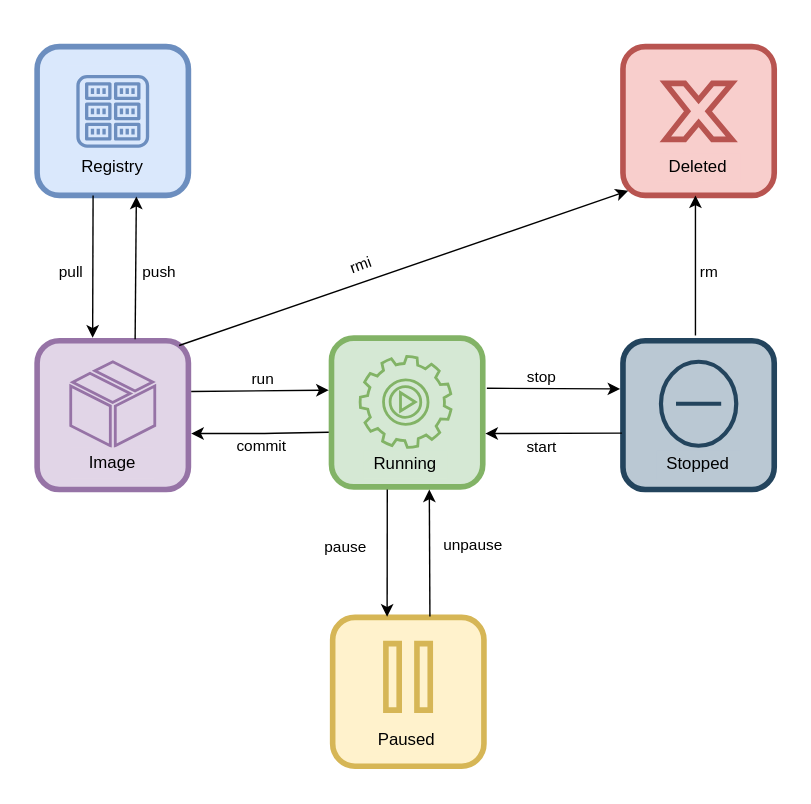
Earlier version of the draw.io export content/openshift/container-lifecycle/container_lifecycle.drawio.svg (bovem/bovem.github.io). Source tidied: cells renumbered, new cells last; positions are measured from the earlier drawing's top-left corner, leaving out a move shared by most shapes.
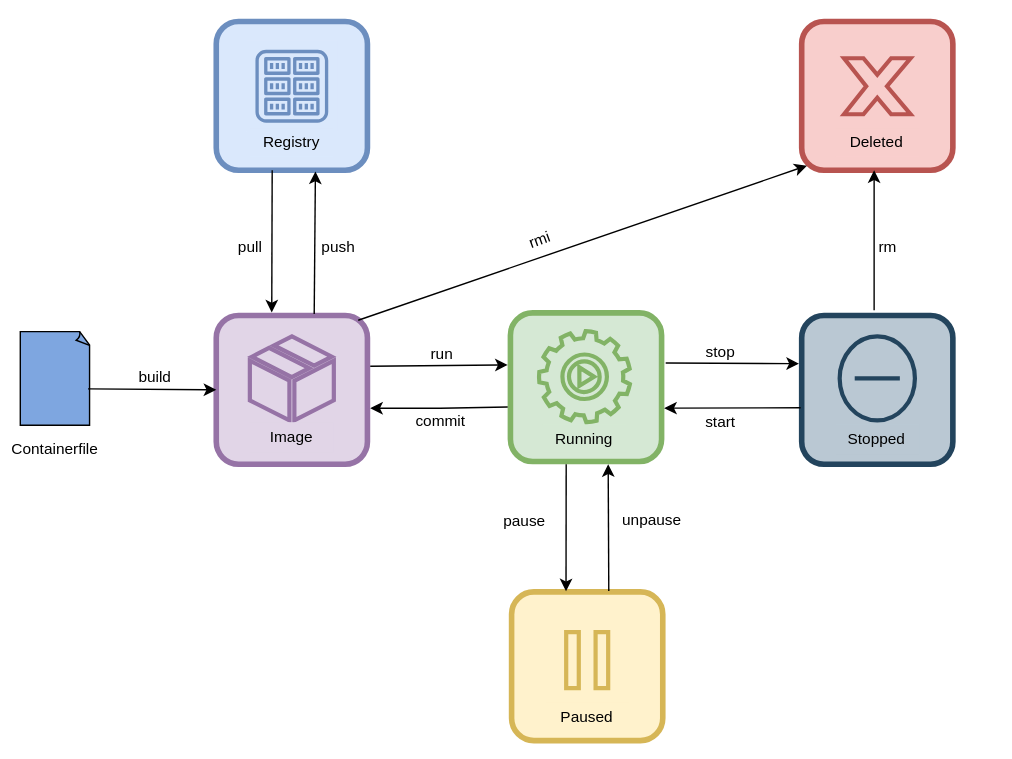
The same diagram one commit later.

Commit message:
Added container lifecycle article

What changed in the source:
```diff
@@ -2,78 +2,78 @@
   <root>
     <mxCell id="0" />
     <mxCell id="1" parent="0" />
-    <mxCell id="2" style="rounded=1;whiteSpace=wrap;html=1;strokeColor=#FFFFFF;strokeWidth=2;fontSize=11;fontColor=#000000;fillColor=#FFFFFF;" parent="1" vertex="1">
-      <mxGeometry x="-0.4" y="-0.1" width="576.8" height="571.2" as="geometry" />
+    <mxCell id="2" style="rounded=1;whiteSpace=wrap;html=1;strokeColor=#FFFFFF;strokeWidth=2;fontSize=11;fontColor=#000000;fillColor=#FFFFFF;fontFamily=Helvetica;" parent="1" vertex="1">
+      <mxGeometry x="-129" y="18" width="720" height="540" as="geometry" />
     </mxCell>
-    <mxCell id="3" style="rounded=1;whiteSpace=wrap;html=1;strokeColor=#d6b656;strokeWidth=4;fillColor=#fff2cc;" parent="1" vertex="1">
+    <mxCell id="3" style="rounded=1;whiteSpace=wrap;html=1;strokeColor=#d6b656;strokeWidth=4;fillColor=#fff2cc;fontFamily=Helvetica;fontSize=11;" parent="1" vertex="1">
       <mxGeometry x="236" y="439.2" width="108" height="106.2" as="geometry" />
     </mxCell>
-    <mxCell id="4" style="rounded=1;whiteSpace=wrap;html=1;strokeColor=#6c8ebf;strokeWidth=4;fillColor=#dae8fc;" parent="1" vertex="1">
+    <mxCell id="4" style="rounded=1;whiteSpace=wrap;html=1;strokeColor=#6c8ebf;strokeWidth=4;fillColor=#dae8fc;fontFamily=Helvetica;fontSize=11;" parent="1" vertex="1">
       <mxGeometry x="25" y="31.8" width="108" height="106.2" as="geometry" />
     </mxCell>
-    <mxCell id="5" style="rounded=1;whiteSpace=wrap;html=1;strokeColor=#9673a6;strokeWidth=4;fillColor=#e1d5e7;" parent="1" vertex="1">
+    <mxCell id="5" style="rounded=1;whiteSpace=wrap;html=1;strokeColor=#9673a6;strokeWidth=4;fillColor=#e1d5e7;fontFamily=Helvetica;fontSize=11;" parent="1" vertex="1">
       <mxGeometry x="25" y="241.8" width="108" height="106.2" as="geometry" />
     </mxCell>
-    <mxCell id="6" style="rounded=1;whiteSpace=wrap;html=1;strokeColor=#b85450;strokeWidth=4;fillColor=#f8cecc;" parent="1" vertex="1">
+    <mxCell id="6" style="rounded=1;whiteSpace=wrap;html=1;strokeColor=#b85450;strokeWidth=4;fillColor=#f8cecc;fontFamily=Helvetica;fontSize=11;" parent="1" vertex="1">
       <mxGeometry x="443.2" y="31.8" width="108" height="106.2" as="geometry" />
     </mxCell>
-    <mxCell id="7" style="rounded=1;whiteSpace=wrap;html=1;strokeColor=#23445d;strokeWidth=4;fillColor=#bac8d3;" parent="1" vertex="1">
+    <mxCell id="7" style="rounded=1;whiteSpace=wrap;html=1;strokeColor=#23445d;strokeWidth=4;fillColor=#bac8d3;fontFamily=Helvetica;fontSize=11;" parent="1" vertex="1">
       <mxGeometry x="443.2" y="241.8" width="108" height="106.2" as="geometry" />
     </mxCell>
-    <mxCell id="8" style="rounded=1;whiteSpace=wrap;html=1;strokeColor=#82b366;strokeWidth=4;fillColor=#d5e8d4;" parent="1" vertex="1">
+    <mxCell id="8" style="rounded=1;whiteSpace=wrap;html=1;strokeColor=#82b366;strokeWidth=4;fillColor=#d5e8d4;fontFamily=Helvetica;fontSize=11;" parent="1" vertex="1">
       <mxGeometry x="235.2" y="239.9" width="108" height="106.2" as="geometry" />
     </mxCell>
-    <mxCell id="9" style="html=1;verticalLabelPosition=bottom;align=center;labelBackgroundColor=#ffffff;verticalAlign=top;strokeWidth=3;strokeColor=#23445d;shadow=0;dashed=0;shape=mxgraph.ios7.icons.delete;fillColor=#bac8d3;" parent="1" vertex="1">
+    <mxCell id="9" style="html=1;verticalLabelPosition=bottom;align=center;labelBackgroundColor=#ffffff;verticalAlign=top;strokeWidth=3;strokeColor=#23445d;shadow=0;dashed=0;shape=mxgraph.ios7.icons.delete;fillColor=#bac8d3;fontFamily=Helvetica;fontSize=11;" parent="1" vertex="1">
       <mxGeometry x="470.4" y="256.8" width="53.8" height="60" as="geometry" />
     </mxCell>
-    <mxCell id="10" style="verticalLabelPosition=bottom;verticalAlign=top;html=1;shape=mxgraph.basic.x;strokeColor=#b85450;fillColor=#f8cecc;strokeWidth=4;" parent="1" vertex="1">
+    <mxCell id="10" style="verticalLabelPosition=bottom;verticalAlign=top;html=1;shape=mxgraph.basic.x;strokeColor=#b85450;fillColor=#f8cecc;strokeWidth=3;fontFamily=Helvetica;fontSize=11;" parent="1" vertex="1">
       <mxGeometry x="473.5" y="58" width="47.5" height="40" as="geometry" />
     </mxCell>
-    <mxCell id="11" value="Running" style="text;html=1;strokeColor=none;fillColor=#d5e8d4;align=center;verticalAlign=middle;whiteSpace=wrap;rounded=0;strokeWidth=4;" parent="1" vertex="1">
+    <mxCell id="11" value="Running" style="text;html=1;strokeColor=none;fillColor=#d5e8d4;align=center;verticalAlign=middle;whiteSpace=wrap;rounded=0;strokeWidth=4;fontFamily=Helvetica;fontSize=11;" parent="1" vertex="1">
       <mxGeometry x="258" y="319.9" width="60" height="20" as="geometry" />
     </mxCell>
-    <mxCell id="12" value="Paused" style="text;html=1;strokeColor=none;fillColor=#fff2cc;align=center;verticalAlign=middle;whiteSpace=wrap;rounded=0;strokeWidth=4;" parent="1" vertex="1">
-      <mxGeometry x="259.2" y="516.1" width="60" height="22.5" as="geometry" />
+    <mxCell id="12" value="Paused" style="text;html=1;strokeColor=none;fillColor=#fff2cc;align=center;verticalAlign=middle;whiteSpace=wrap;rounded=0;strokeWidth=4;fontFamily=Helvetica;fontSize=11;" parent="1" vertex="1">
+      <mxGeometry x="260" y="518" width="60" height="22.5" as="geometry" />
     </mxCell>
-    <mxCell id="13" value="Deleted" style="text;html=1;strokeColor=none;fillColor=#f8cecc;align=center;verticalAlign=middle;whiteSpace=wrap;rounded=0;strokeWidth=4;" parent="1" vertex="1">
+    <mxCell id="13" value="Deleted" style="text;html=1;strokeColor=none;fillColor=#f8cecc;align=center;verticalAlign=middle;whiteSpace=wrap;rounded=0;strokeWidth=4;fontFamily=Helvetica;fontSize=11;" parent="1" vertex="1">
       <mxGeometry x="467.2" y="108" width="60" height="20" as="geometry" />
     </mxCell>
-    <mxCell id="14" style="verticalLabelPosition=bottom;html=1;verticalAlign=top;align=center;strokeColor=#9673a6;fillColor=#e1d5e7;shape=mxgraph.azure.cloud_service_package_file;rounded=1;strokeWidth=2;" parent="1" vertex="1">
+    <mxCell id="14" style="verticalLabelPosition=bottom;html=1;verticalAlign=top;align=center;strokeColor=#9673a6;fillColor=#e1d5e7;shape=mxgraph.azure.cloud_service_package_file;rounded=1;strokeWidth=3;fontFamily=Helvetica;fontSize=11;" parent="1" vertex="1">
       <mxGeometry x="49" y="256.8" width="60" height="60" as="geometry" />
     </mxCell>
-    <mxCell id="15" value="Image" style="text;html=1;strokeColor=none;fillColor=#e1d5e7;align=center;verticalAlign=middle;whiteSpace=wrap;rounded=0;strokeWidth=4;" parent="1" vertex="1">
+    <mxCell id="15" value="Image" style="text;html=1;strokeColor=none;fillColor=#e1d5e7;align=center;verticalAlign=middle;whiteSpace=wrap;rounded=0;strokeWidth=4;fontFamily=Helvetica;fontSize=11;" parent="1" vertex="1">
       <mxGeometry x="49" y="318" width="60" height="21.9" as="geometry" />
     </mxCell>
-    <mxCell id="16" style="sketch=0;strokeColor=#6c8ebf;fillColor=#dae8fc;dashed=0;verticalLabelPosition=bottom;verticalAlign=top;align=center;html=1;fontSize=12;fontStyle=0;shape=mxgraph.aws4.resourceIcon;resIcon=mxgraph.aws4.registry;rounded=1;strokeWidth=1;" parent="1" vertex="1">
+    <mxCell id="16" style="sketch=0;strokeColor=#6c8ebf;fillColor=#dae8fc;dashed=0;verticalLabelPosition=bottom;verticalAlign=top;align=center;html=1;fontSize=11;fontStyle=0;shape=mxgraph.aws4.resourceIcon;resIcon=mxgraph.aws4.registry;rounded=1;strokeWidth=1;fontFamily=Helvetica;" parent="1" vertex="1">
       <mxGeometry x="46.5" y="45.5" width="65" height="65" as="geometry" />
     </mxCell>
-    <mxCell id="17" style="endArrow=classic;html=1;rounded=1;strokeColor=#000000;exitX=0.37;exitY=1;exitDx=0;exitDy=0;exitPerimeter=0;strokeWidth=1;entryX=0.367;entryY=-0.02;entryDx=0;entryDy=0;entryPerimeter=0;" parent="1" edge="1" source="4" target="5">
+    <mxCell id="17" style="endArrow=classic;html=1;rounded=1;strokeColor=#000000;exitX=0.37;exitY=1;exitDx=0;exitDy=0;exitPerimeter=0;strokeWidth=1;entryX=0.367;entryY=-0.02;entryDx=0;entryDy=0;entryPerimeter=0;fontFamily=Helvetica;fontSize=11;" parent="1" edge="1" source="4" target="5">
       <mxGeometry relative="1" as="geometry" />
     </mxCell>
-    <mxCell id="18" value="pull" style="edgeLabel;html=1;align=center;verticalAlign=middle;fontColor=#000000;rotation=0;" parent="17" vertex="1">
+    <mxCell id="18" value="pull" style="edgeLabel;html=1;align=center;verticalAlign=middle;fontColor=#000000;rotation=0;fontFamily=Helvetica;fontSize=11;" parent="17" vertex="1">
       <mxGeometry x="-0.16" y="-1" relative="1" as="geometry">
         <mxPoint x="-15" y="12" as="offset" />
       </mxGeometry>
     </mxCell>
-    <mxCell id="19" style="endArrow=classic;html=1;rounded=1;strokeColor=#000000;strokeWidth=1;entryX=0.656;entryY=1.008;entryDx=0;entryDy=0;entryPerimeter=0;exitX=0.648;exitY=-0.01;exitDx=0;exitDy=0;exitPerimeter=0;" parent="1" edge="1" source="5" target="4">
+    <mxCell id="19" style="endArrow=classic;html=1;rounded=1;strokeColor=#000000;strokeWidth=1;entryX=0.656;entryY=1.008;entryDx=0;entryDy=0;entryPerimeter=0;exitX=0.648;exitY=-0.01;exitDx=0;exitDy=0;exitPerimeter=0;fontFamily=Helvetica;fontSize=11;" parent="1" edge="1" source="5" target="4">
       <mxGeometry relative="1" as="geometry" />
     </mxCell>
-    <mxCell id="20" value="push" style="edgeLabel;html=1;align=center;verticalAlign=middle;fontColor=#000000;rotation=0;" parent="19" vertex="1">
+    <mxCell id="20" value="push" style="edgeLabel;html=1;align=center;verticalAlign=middle;fontColor=#000000;rotation=0;fontFamily=Helvetica;fontSize=11;" parent="19" vertex="1">
       <mxGeometry x="-0.16" y="-1" relative="1" as="geometry">
         <mxPoint x="15" y="-5" as="offset" />
       </mxGeometry>
     </mxCell>
-    <mxCell id="21" style="endArrow=classic;html=1;rounded=1;strokeColor=#000000;strokeWidth=1;fontColor=#000000;entryX=-0.018;entryY=0.35;entryDx=0;entryDy=0;entryPerimeter=0;" parent="1" edge="1" target="8">
+    <mxCell id="21" style="endArrow=classic;html=1;rounded=1;strokeColor=#000000;strokeWidth=1;fontColor=#000000;entryX=-0.018;entryY=0.35;entryDx=0;entryDy=0;entryPerimeter=0;fontFamily=Helvetica;fontSize=11;" parent="1" edge="1" target="8">
       <mxGeometry relative="1" as="geometry">
         <mxPoint x="135" y="278" as="sourcePoint" />
       </mxGeometry>
     </mxCell>
-    <mxCell id="22" value="run" style="edgeLabel;html=1;align=center;verticalAlign=middle;fontSize=11;fontColor=#000000;" parent="21" vertex="1">
+    <mxCell id="22" value="run" style="edgeLabel;html=1;align=center;verticalAlign=middle;fontSize=11;fontColor=#000000;fontFamily=Helvetica;" parent="21" vertex="1">
       <mxGeometry x="0.11" relative="1" as="geometry">
         <mxPoint x="-4" y="-9" as="offset" />
       </mxGeometry>
     </mxCell>
-    <mxCell id="23" style="endArrow=classic;html=1;rounded=1;strokeColor=#000000;strokeWidth=1;fontColor=#000000;exitX=-0.018;exitY=0.633;exitDx=0;exitDy=0;exitPerimeter=0;" parent="1" edge="1" source="8">
+    <mxCell id="23" style="endArrow=classic;html=1;rounded=1;strokeColor=#000000;strokeWidth=1;fontColor=#000000;exitX=-0.018;exitY=0.633;exitDx=0;exitDy=0;exitPerimeter=0;fontFamily=Helvetica;fontSize=11;" parent="1" edge="1" source="8">
       <mxGeometry relative="1" as="geometry">
         <mxPoint x="135" y="308" as="targetPoint" />
         <Array as="points">
@@ -81,77 +81,91 @@
         </Array>
       </mxGeometry>
     </mxCell>
-    <mxCell id="24" value="commit" style="edgeLabel;html=1;align=center;verticalAlign=middle;fontSize=11;fontColor=#000000;" parent="23" vertex="1">
+    <mxCell id="24" value="commit" style="edgeLabel;html=1;align=center;verticalAlign=middle;fontSize=11;fontColor=#000000;fontFamily=Helvetica;" parent="23" vertex="1">
       <mxGeometry x="-0.24" y="1" relative="1" as="geometry">
         <mxPoint x="-11" y="8" as="offset" />
       </mxGeometry>
     </mxCell>
-    <mxCell id="25" style="endArrow=classic;html=1;rounded=1;strokeColor=#000000;strokeWidth=1;fontSize=11;fontColor=#000000;entryX=0.36;entryY=-0.004;entryDx=0;entryDy=0;entryPerimeter=0;" parent="1" edge="1" target="3">
+    <mxCell id="25" style="endArrow=classic;html=1;rounded=1;strokeColor=#000000;strokeWidth=1;fontSize=11;fontColor=#000000;entryX=0.36;entryY=-0.004;entryDx=0;entryDy=0;entryPerimeter=0;fontFamily=Helvetica;" parent="1" edge="1" target="3">
       <mxGeometry relative="1" as="geometry">
         <mxPoint x="275" y="348" as="sourcePoint" />
       </mxGeometry>
     </mxCell>
-    <mxCell id="26" value="pause" style="edgeLabel;html=1;align=center;verticalAlign=middle;fontSize=11;fontColor=#000000;" parent="25" vertex="1">
+    <mxCell id="26" value="pause" style="edgeLabel;html=1;align=center;verticalAlign=middle;fontSize=11;fontColor=#000000;fontFamily=Helvetica;" parent="25" vertex="1">
       <mxGeometry x="-0.11" y="-2" relative="1" as="geometry">
         <mxPoint x="-28" as="offset" />
       </mxGeometry>
     </mxCell>
-    <mxCell id="27" style="endArrow=classic;html=1;rounded=1;strokeColor=#000000;strokeWidth=1;fontSize=11;fontColor=#000000;exitX=0.643;exitY=-0.006;exitDx=0;exitDy=0;exitPerimeter=0;" parent="1" edge="1" source="3">
+    <mxCell id="27" style="endArrow=classic;html=1;rounded=1;strokeColor=#000000;strokeWidth=1;fontSize=11;fontColor=#000000;exitX=0.643;exitY=-0.006;exitDx=0;exitDy=0;exitPerimeter=0;fontFamily=Helvetica;" parent="1" edge="1" source="3">
       <mxGeometry relative="1" as="geometry">
         <mxPoint x="305" y="348" as="targetPoint" />
       </mxGeometry>
     </mxCell>
-    <mxCell id="28" value="unpause" style="edgeLabel;html=1;align=center;verticalAlign=middle;fontSize=11;fontColor=#000000;" parent="27" vertex="1">
+    <mxCell id="28" value="unpause" style="edgeLabel;html=1;align=center;verticalAlign=middle;fontSize=11;fontColor=#000000;fontFamily=Helvetica;" parent="27" vertex="1">
       <mxGeometry x="0.21" y="-1" relative="1" as="geometry">
         <mxPoint x="29" y="4" as="offset" />
       </mxGeometry>
     </mxCell>
-    <mxCell id="29" style="endArrow=classic;html=1;rounded=1;strokeColor=#000000;strokeWidth=1;fontSize=11;fontColor=#000000;exitX=0.939;exitY=0.032;exitDx=0;exitDy=0;exitPerimeter=0;entryX=0.035;entryY=0.969;entryDx=0;entryDy=0;entryPerimeter=0;" parent="1" edge="1" source="5" target="6">
+    <mxCell id="29" style="endArrow=classic;html=1;rounded=1;strokeColor=#000000;strokeWidth=1;fontSize=11;fontColor=#000000;exitX=0.939;exitY=0.032;exitDx=0;exitDy=0;exitPerimeter=0;entryX=0.035;entryY=0.969;entryDx=0;entryDy=0;entryPerimeter=0;fontFamily=Helvetica;" parent="1" edge="1" source="5" target="6">
       <mxGeometry relative="1" as="geometry" />
     </mxCell>
-    <mxCell id="30" value="rmi" style="edgeLabel;html=1;align=center;verticalAlign=middle;fontSize=11;fontColor=#000000;rotation=-20;" parent="29" vertex="1">
+    <mxCell id="30" value="rmi" style="edgeLabel;html=1;align=center;verticalAlign=middle;fontSize=11;fontColor=#000000;rotation=-20;fontFamily=Helvetica;" parent="29" vertex="1">
       <mxGeometry x="0.3" y="-1" relative="1" as="geometry">
         <mxPoint x="-80" y="14" as="offset" />
       </mxGeometry>
     </mxCell>
-    <mxCell id="31" style="sketch=0;html=1;strokeColor=#82b366;shadow=0;align=center;verticalAlign=top;fillColor=#d5e8d4;shape=mxgraph.gcp2.play_gear;rounded=1;strokeWidth=2;fontSize=11;" parent="1" vertex="1">
+    <mxCell id="31" style="sketch=0;html=1;strokeColor=#82b366;shadow=0;align=center;verticalAlign=top;fillColor=#d5e8d4;shape=mxgraph.gcp2.play_gear;rounded=1;strokeWidth=3;fontSize=11;fontFamily=Helvetica;" parent="1" vertex="1">
       <mxGeometry x="255.5" y="253" width="65" height="65" as="geometry" />
     </mxCell>
-    <mxCell id="32" style="endArrow=classic;html=1;rounded=1;strokeColor=#000000;strokeWidth=1;fontSize=11;fontColor=#000000;entryX=-0.018;entryY=0.324;entryDx=0;entryDy=0;exitX=1.027;exitY=0.337;exitDx=0;exitDy=0;exitPerimeter=0;entryPerimeter=0;" parent="1" edge="1" source="8" target="7">
+    <mxCell id="32" style="endArrow=classic;html=1;rounded=1;strokeColor=#000000;strokeWidth=1;fontSize=11;fontColor=#000000;entryX=-0.018;entryY=0.324;entryDx=0;entryDy=0;exitX=1.027;exitY=0.337;exitDx=0;exitDy=0;exitPerimeter=0;entryPerimeter=0;fontFamily=Helvetica;" parent="1" edge="1" source="8" target="7">
       <mxGeometry relative="1" as="geometry" />
     </mxCell>
-    <mxCell id="33" value="stop" style="edgeLabel;html=1;align=center;verticalAlign=middle;fontSize=11;fontColor=#000000;" parent="32" vertex="1">
+    <mxCell id="33" value="stop" style="edgeLabel;html=1;align=center;verticalAlign=middle;fontSize=11;fontColor=#000000;fontFamily=Helvetica;" parent="32" vertex="1">
       <mxGeometry x="-0.14" y="1" relative="1" as="geometry">
         <mxPoint x="-2" y="-7" as="offset" />
       </mxGeometry>
     </mxCell>
-    <mxCell id="34" style="endArrow=classic;html=1;rounded=1;strokeColor=#000000;strokeWidth=1;fontSize=11;fontColor=#000000;exitX=-0.007;exitY=0.621;exitDx=0;exitDy=0;exitPerimeter=0;" parent="1" edge="1" source="7">
+    <mxCell id="34" style="endArrow=classic;html=1;rounded=1;strokeColor=#000000;strokeWidth=1;fontSize=11;fontColor=#000000;exitX=-0.007;exitY=0.621;exitDx=0;exitDy=0;exitPerimeter=0;fontFamily=Helvetica;" parent="1" edge="1" source="7">
       <mxGeometry relative="1" as="geometry">
         <mxPoint x="345" y="308" as="targetPoint" />
       </mxGeometry>
     </mxCell>
-    <mxCell id="35" value="start" style="edgeLabel;html=1;align=center;verticalAlign=middle;fontSize=11;fontColor=#000000;" parent="34" vertex="1">
+    <mxCell id="35" value="start" style="edgeLabel;html=1;align=center;verticalAlign=middle;fontSize=11;fontColor=#000000;fontFamily=Helvetica;" parent="34" vertex="1">
       <mxGeometry x="-0.2" relative="1" as="geometry">
         <mxPoint x="-19" y="10" as="offset" />
       </mxGeometry>
     </mxCell>
-    <mxCell id="36" style="endArrow=classic;html=1;rounded=1;strokeColor=#000000;strokeWidth=1;fontSize=11;fontColor=#000000;" parent="1" edge="1">
+    <mxCell id="36" style="endArrow=classic;html=1;rounded=1;strokeColor=#000000;strokeWidth=1;fontSize=11;fontColor=#000000;fontFamily=Helvetica;" parent="1" edge="1">
       <mxGeometry relative="1" as="geometry">
         <mxPoint x="495" y="238" as="sourcePoint" />
         <mxPoint x="495" y="138" as="targetPoint" />
       </mxGeometry>
     </mxCell>
-    <mxCell id="37" value="rm" style="text;html=1;strokeColor=none;fillColor=none;align=center;verticalAlign=middle;whiteSpace=wrap;rounded=0;strokeWidth=2;fontSize=11;fontColor=#000000;" parent="1" vertex="1">
+    <mxCell id="37" value="rm" style="text;html=1;strokeColor=none;fillColor=none;align=center;verticalAlign=middle;whiteSpace=wrap;rounded=0;strokeWidth=2;fontSize=11;fontColor=#000000;fontFamily=Helvetica;" parent="1" vertex="1">
       <mxGeometry x="475" y="178" width="60" height="30" as="geometry" />
     </mxCell>
-    <mxCell id="38" value="Stopped" style="text;html=1;strokeColor=none;fillColor=#bac8d3;align=center;verticalAlign=middle;whiteSpace=wrap;rounded=0;strokeWidth=4;" parent="1" vertex="1">
+    <mxCell id="38" value="Stopped" style="text;html=1;strokeColor=none;fillColor=#bac8d3;align=center;verticalAlign=middle;whiteSpace=wrap;rounded=0;strokeWidth=4;fontFamily=Helvetica;fontSize=11;" parent="1" vertex="1">
       <mxGeometry x="467.2" y="319.9" width="60" height="21.2" as="geometry" />
     </mxCell>
-    <mxCell id="39" value="Registry" style="text;html=1;strokeColor=none;fillColor=#dae8fc;align=center;verticalAlign=middle;whiteSpace=wrap;rounded=0;strokeWidth=4;" parent="1" vertex="1">
+    <mxCell id="39" value="Registry" style="text;html=1;strokeColor=none;fillColor=#dae8fc;align=center;verticalAlign=middle;whiteSpace=wrap;rounded=0;strokeWidth=4;fontFamily=Helvetica;fontSize=11;" parent="1" vertex="1">
       <mxGeometry x="49" y="108" width="60" height="20" as="geometry" />
     </mxCell>
-    <mxCell id="40" style="html=1;verticalLabelPosition=bottom;align=center;labelBackgroundColor=#ffffff;verticalAlign=top;strokeWidth=4;strokeColor=#d6b656;shadow=0;dashed=0;shape=mxgraph.ios7.icons.pause;fillColor=#fff2cc;" parent="1" vertex="1">
-      <mxGeometry x="274" y="458" width="31.7" height="47.5" as="geometry" />
+    <mxCell id="40" style="html=1;verticalLabelPosition=bottom;align=center;labelBackgroundColor=#ffffff;verticalAlign=top;strokeWidth=3;strokeColor=#d6b656;shadow=0;dashed=0;shape=mxgraph.ios7.icons.pause;fillColor=#fff2cc;fontFamily=Helvetica;fontSize=11;" parent="1" vertex="1">
+      <mxGeometry x="275" y="468" width="30" height="40" as="geometry" />
     </mxCell>
+    <mxCell id="41" style="whiteSpace=wrap;html=1;shape=mxgraph.basic.document;rounded=1;strokeColor=#000000;strokeWidth=1;fontFamily=Helvetica;fontSize=11;fontColor=#000000;fillColor=#7EA6E0;" parent="1" vertex="1">
+      <mxGeometry x="-115" y="253.3" width="50" height="66.9" as="geometry" />
+    </mxCell>
+    <mxCell id="42" value="Containerfile" style="text;html=1;strokeColor=none;fillColor=none;align=center;verticalAlign=middle;whiteSpace=wrap;rounded=0;strokeWidth=4;fontFamily=Helvetica;fontSize=11;" parent="1" vertex="1">
+      <mxGeometry x="-120" y="326.1" width="60" height="21.9" as="geometry" />
+    </mxCell>
+    <mxCell id="43" style="endArrow=classic;html=1;rounded=1;strokeColor=#000000;strokeWidth=1;fontColor=#000000;fontFamily=Helvetica;fontSize=11;entryX=0;entryY=0.5;entryDx=0;entryDy=0;exitX=0.968;exitY=0.611;exitDx=0;exitDy=0;exitPerimeter=0;" parent="1" edge="1" source="41" target="5">
+      <mxGeometry relative="1" as="geometry" />
+    </mxCell>
+    <mxCell id="44" value="build" style="edgeLabel;html=1;align=center;verticalAlign=middle;fontSize=11;fontColor=#000000;fontFamily=Helvetica;" parent="43" vertex="1">
+      <mxGeometry x="0.11" relative="1" as="geometry">
+        <mxPoint x="-4" y="-9" as="offset" />
+      </mxGeometry>
+    </mxCell>
   </root>
 </mxGraphModel>
```
